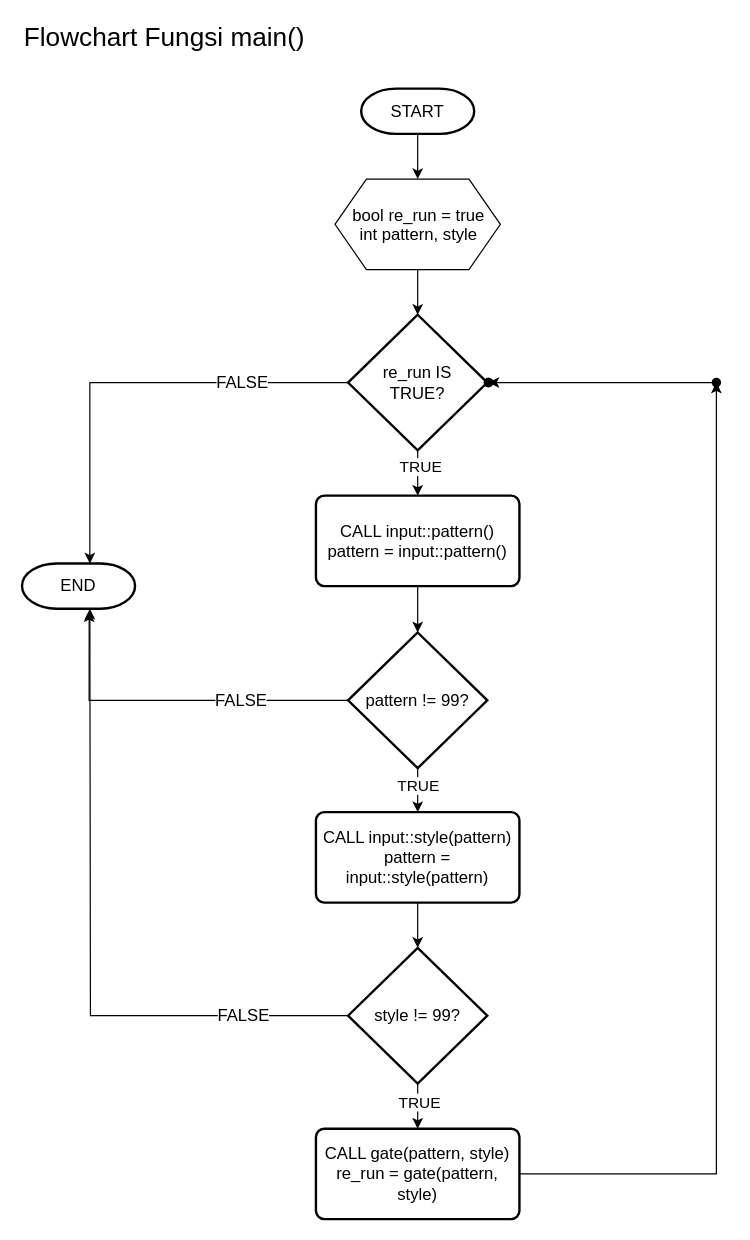
Above: pattern_printer.drawio in HarisHerdiansyah/tugas-alprog (draw.io), before the change. Source tidied: cells renumbered, new cells numbered last; positions are measured from the earlier drawing's top-left corner, leaving out a move shared by most shapes. Both pictures are drawn from the tidied source at 119%, with x=0, y=0 at pixel (21, 20).
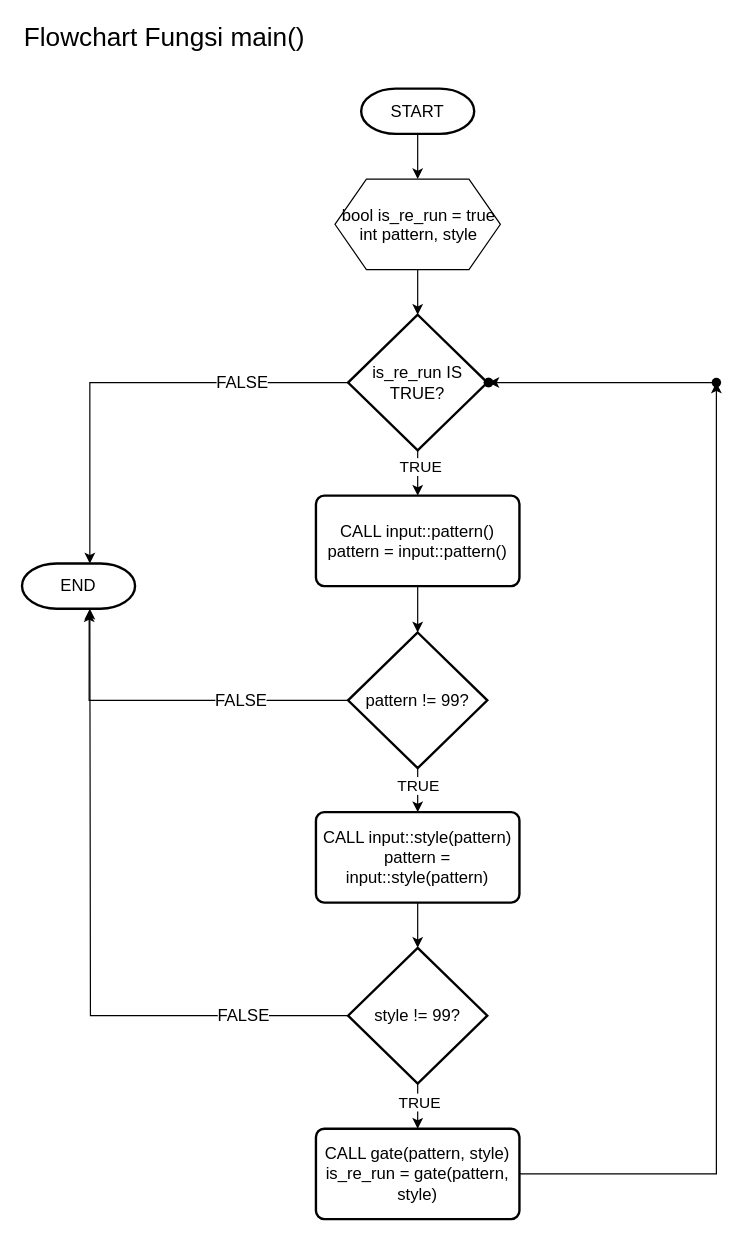
The same diagram, later.

What changed in the source:
```diff
@@
-    <mxCell id="5" value="bool re_run = true&lt;div style=&quot;line-height: 100%; font-size: 14px;&quot;&gt;int pattern, style&lt;/div&gt;" style="verticalLabelPosition=middle;verticalAlign=middle;html=1;shape=hexagon;perimeter=hexagonPerimeter2;arcSize=6;size=0.19;align=center;labelPosition=center;fontSize=14;" parent="1" vertex="1">
+    <mxCell id="5" value="bool is_re_run = true&lt;div style=&quot;line-height: 100%; font-size: 14px;&quot;&gt;int pattern, style&lt;/div&gt;" style="verticalLabelPosition=middle;verticalAlign=middle;html=1;shape=hexagon;perimeter=hexagonPerimeter2;arcSize=6;size=0.19;align=center;labelPosition=center;fontSize=14;" parent="1" vertex="1">
       <mxGeometry x="263" y="133" width="139" height="76" as="geometry" />
     </mxCell>
@@
-    <mxCell id="8" value="re_run IS&lt;div&gt;TRUE?&lt;/div&gt;" style="strokeWidth=2;html=1;shape=mxgraph.flowchart.decision;whiteSpace=wrap;fontSize=14;" parent="1" vertex="1">
+    <mxCell id="8" value="is_re_run IS&lt;div&gt;TRUE?&lt;/div&gt;" style="strokeWidth=2;html=1;shape=mxgraph.flowchart.decision;whiteSpace=wrap;fontSize=14;" parent="1" vertex="1">
       <mxGeometry x="274" y="247" width="117" height="114" as="geometry" />
     </mxCell>
@@
-    <mxCell id="22" value="CALL gate(pattern, style)&lt;div style=&quot;font-size: 14px;&quot;&gt;re_run = gate(pattern, style)&lt;/div&gt;" style="rounded=1;whiteSpace=wrap;html=1;absoluteArcSize=1;arcSize=14;strokeWidth=2;fontSize=14;" parent="1" vertex="1">
+    <mxCell id="22" value="CALL gate(pattern, style)&lt;div style=&quot;font-size: 14px;&quot;&gt;is_re_run = gate(pattern, style)&lt;/div&gt;" style="rounded=1;whiteSpace=wrap;html=1;absoluteArcSize=1;arcSize=14;strokeWidth=2;fontSize=14;" parent="1" vertex="1">
       <mxGeometry x="247" y="931" width="171" height="76" as="geometry" />
     </mxCell>
```
